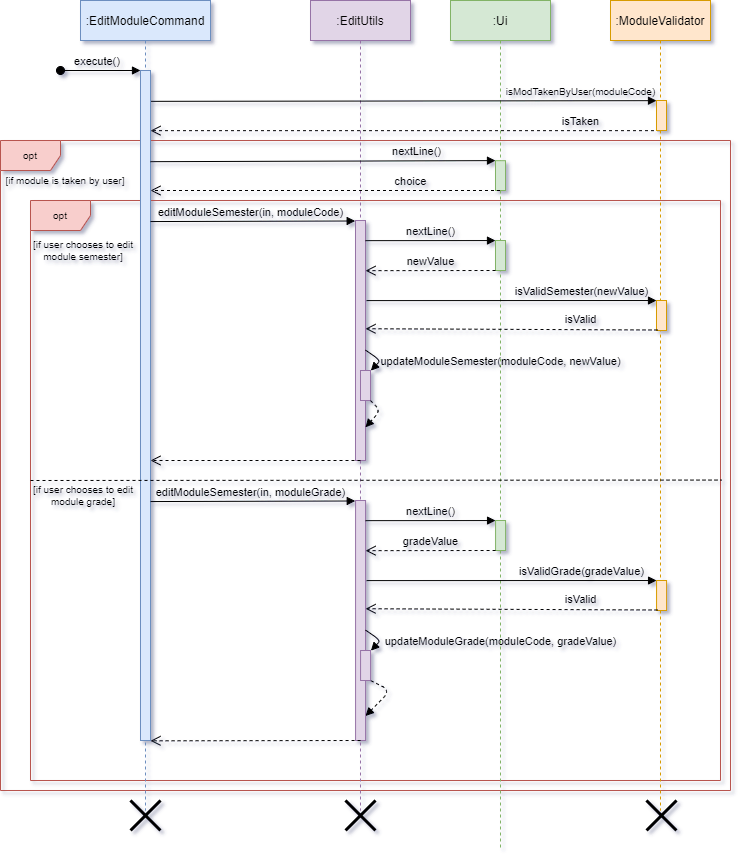
Before: docs/images/DeveloperGuide/editModuleCommand_sequence.png, a diagram exported from draw.io (vanessa-kang/tp). Source tidied: cells renumbered, new cells last; positions are measured from the earlier drawing's top-left corner, leaving out a move shared by most shapes.
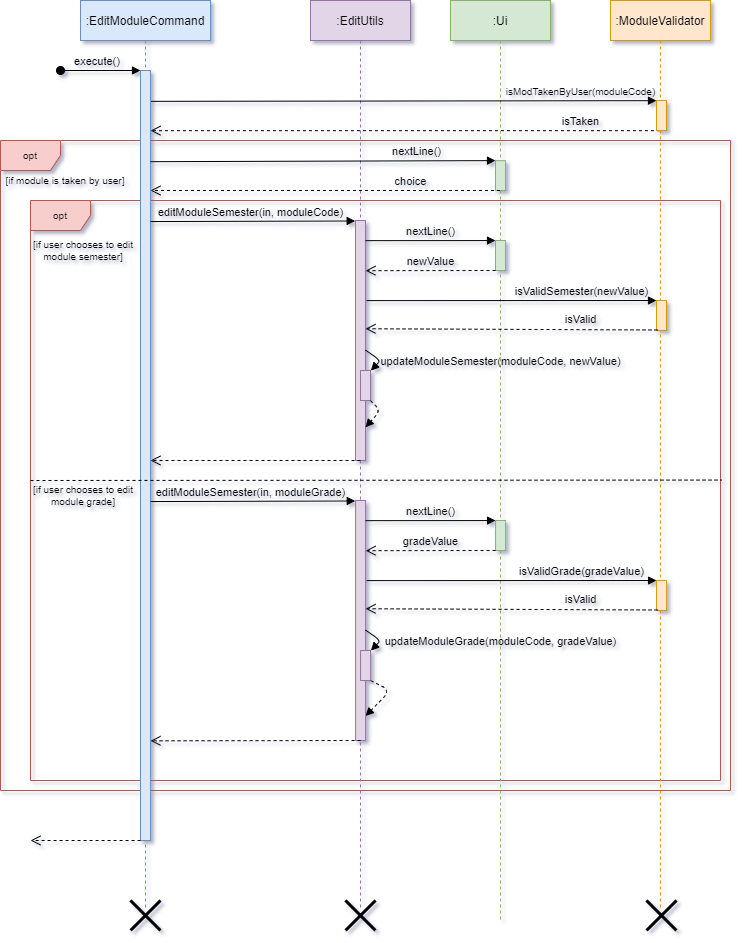
Later version of the same file.

Change to the diagram source:
```diff
@@ -9,10 +9,10 @@
       <mxGeometry x="30" y="200" width="690" height="580" as="geometry" />
     </mxCell>
     <mxCell id="4" value=":EditModuleCommand" style="shape=umlLifeline;perimeter=lifelinePerimeter;rounded=0;shadow=0;strokeWidth=1;fillColor=#dae8fc;strokeColor=#6c8ebf;" parent="1" vertex="1">
-      <mxGeometry x="80" width="130" height="810" as="geometry" />
+      <mxGeometry x="80" width="130" height="910" as="geometry" />
     </mxCell>
     <mxCell id="5" style="points=[];perimeter=orthogonalPerimeter;rounded=0;shadow=0;strokeWidth=1;fillColor=#dae8fc;strokeColor=#6c8ebf;" parent="4" vertex="1">
-      <mxGeometry x="60" y="70" width="10" height="670" as="geometry" />
+      <mxGeometry x="60" y="70" width="10" height="770" as="geometry" />
     </mxCell>
     <mxCell id="6" value="execute()" style="verticalAlign=bottom;startArrow=oval;endArrow=block;startSize=8;shadow=0;strokeWidth=1;labelBackgroundColor=none;" parent="4" edge="1" target="5">
       <mxGeometry x="-0.08" relative="1" as="geometry">
@@ -20,13 +20,13 @@
       </mxGeometry>
     </mxCell>
     <mxCell id="7" value=":EditUtils" style="shape=umlLifeline;perimeter=lifelinePerimeter;rounded=0;shadow=0;strokeWidth=1;fillColor=#e1d5e7;strokeColor=#9673a6;" parent="1" vertex="1">
-      <mxGeometry x="310" width="100" height="810" as="geometry" />
+      <mxGeometry x="310" width="100" height="910" as="geometry" />
     </mxCell>
     <mxCell id="8" style="points=[];perimeter=orthogonalPerimeter;rounded=0;shadow=0;strokeWidth=1;fillColor=#e1d5e7;strokeColor=#9673a6;" parent="7" vertex="1">
       <mxGeometry x="45" y="220" width="10" height="240" as="geometry" />
     </mxCell>
     <mxCell id="9" value=":Ui" style="shape=umlLifeline;perimeter=lifelinePerimeter;rounded=0;shadow=0;strokeWidth=1;fillColor=#d5e8d4;strokeColor=#82b366;" parent="1" vertex="1">
-      <mxGeometry x="450" width="100" height="850" as="geometry" />
+      <mxGeometry x="450" width="100" height="920" as="geometry" />
     </mxCell>
     <mxCell id="10" style="points=[];perimeter=orthogonalPerimeter;rounded=0;shadow=0;strokeWidth=1;fillColor=#d5e8d4;strokeColor=#82b366;" parent="9" vertex="1">
       <mxGeometry x="45" y="160.2" width="10" height="29.8" as="geometry" />
@@ -35,7 +35,7 @@
       <mxGeometry x="45" y="240" width="10" height="30" as="geometry" />
     </mxCell>
     <mxCell id="12" value=":ModuleValidator" style="shape=umlLifeline;perimeter=lifelinePerimeter;rounded=0;shadow=0;strokeWidth=1;fillColor=#ffe6cc;strokeColor=#d79b00;" parent="1" vertex="1">
-      <mxGeometry x="610" width="100" height="810" as="geometry" />
+      <mxGeometry x="610" width="100" height="910" as="geometry" />
     </mxCell>
     <mxCell id="13" style="points=[];perimeter=orthogonalPerimeter;rounded=0;shadow=0;strokeWidth=1;fillColor=#ffe6cc;strokeColor=#d79b00;" parent="12" vertex="1">
       <mxGeometry x="46" y="300" width="10" height="30" as="geometry" />
@@ -183,13 +183,19 @@
       <mxGeometry x="23" y="485" width="120" height="20" as="geometry" />
     </mxCell>
     <mxCell id="44" style="shape=umlDestroy;whiteSpace=wrap;html=1;strokeWidth=3;fontSize=10;" parent="1" vertex="1">
-      <mxGeometry x="130" y="800" width="30" height="30" as="geometry" />
+      <mxGeometry x="130" y="900" width="30" height="30" as="geometry" />
     </mxCell>
     <mxCell id="45" style="shape=umlDestroy;whiteSpace=wrap;html=1;strokeWidth=3;fontSize=10;" parent="1" vertex="1">
-      <mxGeometry x="345" y="800" width="30" height="30" as="geometry" />
+      <mxGeometry x="345" y="900" width="30" height="30" as="geometry" />
     </mxCell>
     <mxCell id="46" style="shape=umlDestroy;whiteSpace=wrap;html=1;strokeWidth=3;fontSize=10;" parent="1" vertex="1">
-      <mxGeometry x="646" y="800" width="30" height="30" as="geometry" />
+      <mxGeometry x="646" y="900" width="30" height="30" as="geometry" />
     </mxCell>
+    <mxCell id="47" style="verticalAlign=bottom;endArrow=open;dashed=1;endSize=8;html=1;" parent="1" edge="1">
+      <mxGeometry relative="1" as="geometry">
+        <mxPoint x="140.1" y="840" as="sourcePoint" />
+        <mxPoint x="30" y="840" as="targetPoint" />
+      </mxGeometry>
+    </mxCell>
   </root>
 </mxGraphModel>
```
